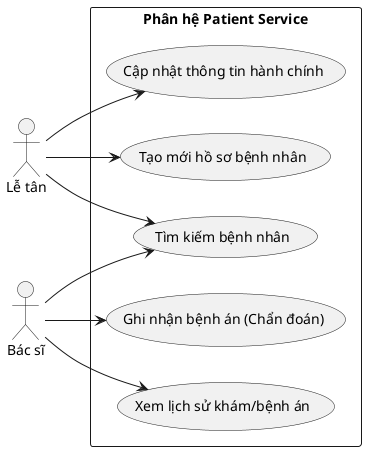
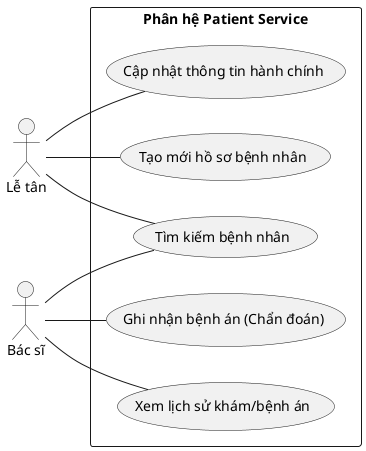
@startuml
left to right direction
skinparam packageStyle rectangle

actor "Lễ tân" as rcpt
actor "Bác sĩ" as doc

package "Phân hệ Patient Service" {
  usecase "Tìm kiếm bệnh nhân" as UC_Search
  usecase "Tạo mới hồ sơ bệnh nhân" as UC_CreatePatient
  usecase "Cập nhật thông tin hành chính" as UC_UpdatePatient

  usecase "Xem lịch sử khám/bệnh án" as UC_ViewHistory
  usecase "Ghi nhận bệnh án (Chẩn đoán)" as UC_CreateRecord
}

- rcpt --> UC_Search
- rcpt --> UC_CreatePatient
- rcpt --> UC_UpdatePatient
+ rcpt -- UC_Search
+ rcpt -- UC_CreatePatient
+ rcpt -- UC_UpdatePatient

' Bác sĩ cũng cần tìm kiếm bệnh nhân để xem
- doc --> UC_Search
- doc --> UC_ViewHistory
- doc --> UC_CreateRecord
+ doc -- UC_Search
+ doc -- UC_ViewHistory
+ doc -- UC_CreateRecord
@enduml